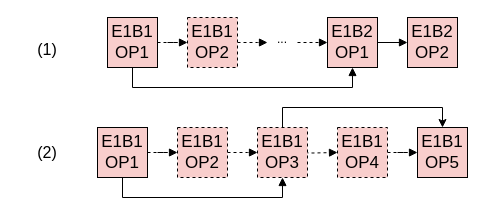
This is fig/GC.drawio from icszhr/NCheck, a draw.io file, before an edit. Source tidied: cells renumbered, new cells numbered last; positions are measured from the earlier drawing's top-left corner, leaving out a move shared by most shapes. Both pictures are drawn from the tidied source at 100%, with x=0, y=0 at pixel (17, 17).
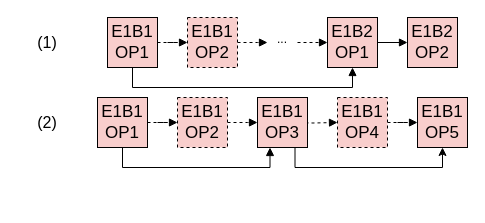
After the change.

What changed in the source:
```diff
@@
     <mxCell id="12" value="&lt;font style=&quot;font-size: 16px;&quot;&gt;(1)&lt;/font&gt;" style="text;html=1;align=center;verticalAlign=middle;whiteSpace=wrap;rounded=0;" parent="1" vertex="1">
-      <mxGeometry y="17" width="60" height="30" as="geometry" />
+      <mxGeometry y="10" width="60" height="30" as="geometry" />
     </mxCell>
     <mxCell id="13" value="&lt;font style=&quot;font-size: 16px;&quot;&gt;(2)&lt;/font&gt;" style="text;html=1;align=center;verticalAlign=middle;whiteSpace=wrap;rounded=0;" parent="1" vertex="1">
-      <mxGeometry y="120" width="60" height="30" as="geometry" />
+      <mxGeometry y="90" width="60" height="30" as="geometry" />
     </mxCell>
-    <mxCell id="14" style="edgeStyle=orthogonalEdgeStyle;rounded=0;jettySize=auto;html=1;entryX=0.5;entryY=1;entryDx=0;entryDy=0;exitX=0.5;exitY=1;exitDx=0;exitDy=0;endArrow=block;endFill=1;" parent="1" edge="1" source="16" target="24">
+    <mxCell id="14" style="edgeStyle=orthogonalEdgeStyle;rounded=0;jettySize=auto;html=1;entryX=0.25;entryY=1;entryDx=0;entryDy=0;exitX=0.5;exitY=1;exitDx=0;exitDy=0;endArrow=block;endFill=1;" parent="1" edge="1" source="16" target="24">
       <mxGeometry relative="1" as="geometry" />
     </mxCell>
@@
     <mxCell id="16" value="&lt;font style=&quot;font-size: 17px;&quot;&gt;E1B1&lt;/font&gt;&lt;div&gt;&lt;span style=&quot;font-size: 17px;&quot;&gt;OP1&lt;/span&gt;&lt;/div&gt;" style="whiteSpace=wrap;html=1;fillColor=#F8CECC;" parent="1" vertex="1">
-      <mxGeometry x="80" y="110" width="50" height="50" as="geometry" />
+      <mxGeometry x="80" y="80" width="50" height="50" as="geometry" />
     </mxCell>
     <mxCell id="17" style="edgeStyle=orthogonalEdgeStyle;rounded=0;jettySize=auto;html=1;entryX=0;entryY=0.5;entryDx=0;entryDy=0;endArrow=block;endFill=1;dashed=1;" parent="1" edge="1" source="18">
       <mxGeometry relative="1" as="geometry">
-        <mxPoint x="240" y="135" as="targetPoint" />
+        <mxPoint x="240" y="105" as="targetPoint" />
       </mxGeometry>
     </mxCell>
     <mxCell id="18" value="&lt;font style=&quot;font-size: 17px;&quot;&gt;E1B1&lt;/font&gt;&lt;div&gt;&lt;font style=&quot;font-size: 17px;&quot;&gt;OP2&lt;/font&gt;&lt;/div&gt;" style="whiteSpace=wrap;html=1;fillColor=#F8CECC;dashed=1;" parent="1" vertex="1">
-      <mxGeometry x="160" y="110" width="50" height="50" as="geometry" />
+      <mxGeometry x="160" y="80" width="50" height="50" as="geometry" />
     </mxCell>
     <mxCell id="19" style="edgeStyle=orthogonalEdgeStyle;rounded=0;jettySize=auto;html=1;entryX=0;entryY=0.5;entryDx=0;entryDy=0;endArrow=block;endFill=1;dashed=1;" parent="1" edge="1" target="21">
       <mxGeometry relative="1" as="geometry">
-        <mxPoint x="270" y="135" as="sourcePoint" />
+        <mxPoint x="270" y="105" as="sourcePoint" />
       </mxGeometry>
     </mxCell>
@@
     <mxCell id="21" value="&lt;font style=&quot;font-size: 17px;&quot;&gt;E1B1&lt;/font&gt;&lt;div&gt;&lt;font style=&quot;font-size: 17px;&quot;&gt;OP4&lt;/font&gt;&lt;/div&gt;" style="whiteSpace=wrap;html=1;fillColor=#F8CECC;dashed=1;" parent="1" vertex="1">
-      <mxGeometry x="320" y="110" width="50" height="50" as="geometry" />
+      <mxGeometry x="320" y="80" width="50" height="50" as="geometry" />
     </mxCell>
     <mxCell id="22" value="&lt;font style=&quot;font-size: 17px;&quot;&gt;E1B1&lt;/font&gt;&lt;div&gt;&lt;font style=&quot;font-size: 17px;&quot;&gt;OP5&lt;/font&gt;&lt;/div&gt;" style="whiteSpace=wrap;html=1;fillColor=#F8CECC;" parent="1" vertex="1">
-      <mxGeometry x="400" y="110" width="50" height="50" as="geometry" />
+      <mxGeometry x="400" y="80" width="50" height="50" as="geometry" />
     </mxCell>
-    <mxCell id="23" style="edgeStyle=orthogonalEdgeStyle;rounded=0;jettySize=auto;html=1;entryX=0.5;entryY=0;entryDx=0;entryDy=0;exitX=0.5;exitY=0;exitDx=0;exitDy=0;" parent="1" edge="1" source="24" target="22">
+    <mxCell id="23" style="edgeStyle=orthogonalEdgeStyle;rounded=0;jettySize=auto;html=1;exitX=0.75;exitY=1;exitDx=0;exitDy=0;entryX=0.5;entryY=1;entryDx=0;entryDy=0;" parent="1" edge="1" source="24" target="22">
       <mxGeometry relative="1" as="geometry" />
     </mxCell>
-    <mxCell id="24" value="&lt;font style=&quot;font-size: 17px;&quot;&gt;E1B1&lt;/font&gt;&lt;div&gt;&lt;font style=&quot;font-size: 17px;&quot;&gt;OP3&lt;/font&gt;&lt;/div&gt;" style="whiteSpace=wrap;html=1;fillColor=#F8CECC;dashed=1;" parent="1" vertex="1">
-      <mxGeometry x="240" y="110" width="50" height="50" as="geometry" />
+    <mxCell id="24" value="&lt;font style=&quot;font-size: 17px;&quot;&gt;E1B1&lt;/font&gt;&lt;div&gt;&lt;font style=&quot;font-size: 17px;&quot;&gt;OP3&lt;/font&gt;&lt;/div&gt;" style="whiteSpace=wrap;html=1;fillColor=#F8CECC;" parent="1" vertex="1">
+      <mxGeometry x="240" y="80" width="50" height="50" as="geometry" />
     </mxCell>
```
